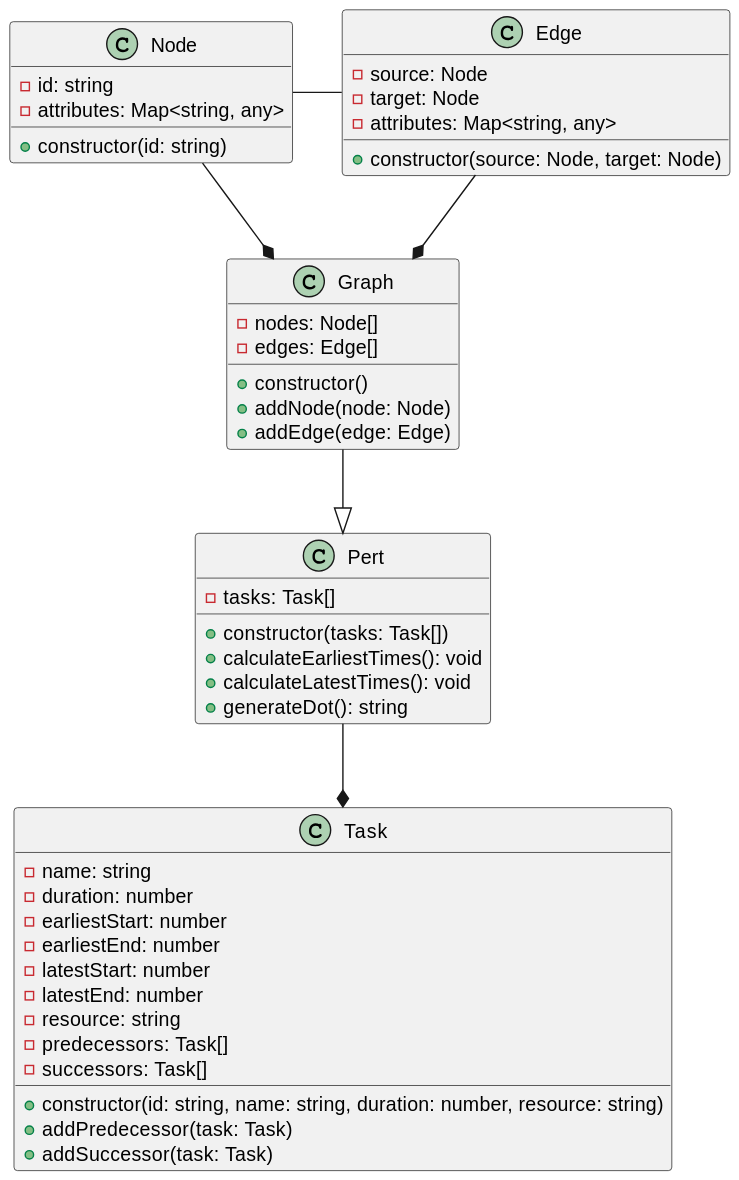
Earlier version of the PlantUML export out/uml/class-diagram/CombinedDiagram.svg (gl-s5-task-force/pert-diagram-mde). Source of this version:
```plantuml
@startuml
class Node {
    - id: string
    - attributes: Map<string, any>
    + constructor(id: string)
}

class Edge {
    - source: Node
    - target: Node
    - attributes: Map<string, any>
    + constructor(source: Node, target: Node)
}

class Graph {
    - nodes: Node[]
    - edges: Edge[]
    + constructor()
    + addNode(node: Node)
    + addEdge(edge: Edge)
}

class Task {
    - name: string
    - duration: number
    - earliestStart: number
    - earliestEnd: number
    - latestStart: number
    - latestEnd: number
    - resource: string
    - predecessors: Task[]
    - successors: Task[]
    + constructor(id: string, name: string, duration: number, resource: string)
    + addPredecessor(task: Task)
    + addSuccessor(task: Task)
}

class Pert {
    - tasks: Task[]
    + constructor(tasks: Task[])
    + calculateEarliestTimes(): void
    + calculateLatestTimes(): void
    + generateDot(): string
}

Node -right- Edge
Node --* Graph
Edge --* Graph
Pert <|-up- Graph
Pert --* Task
@enduml
```
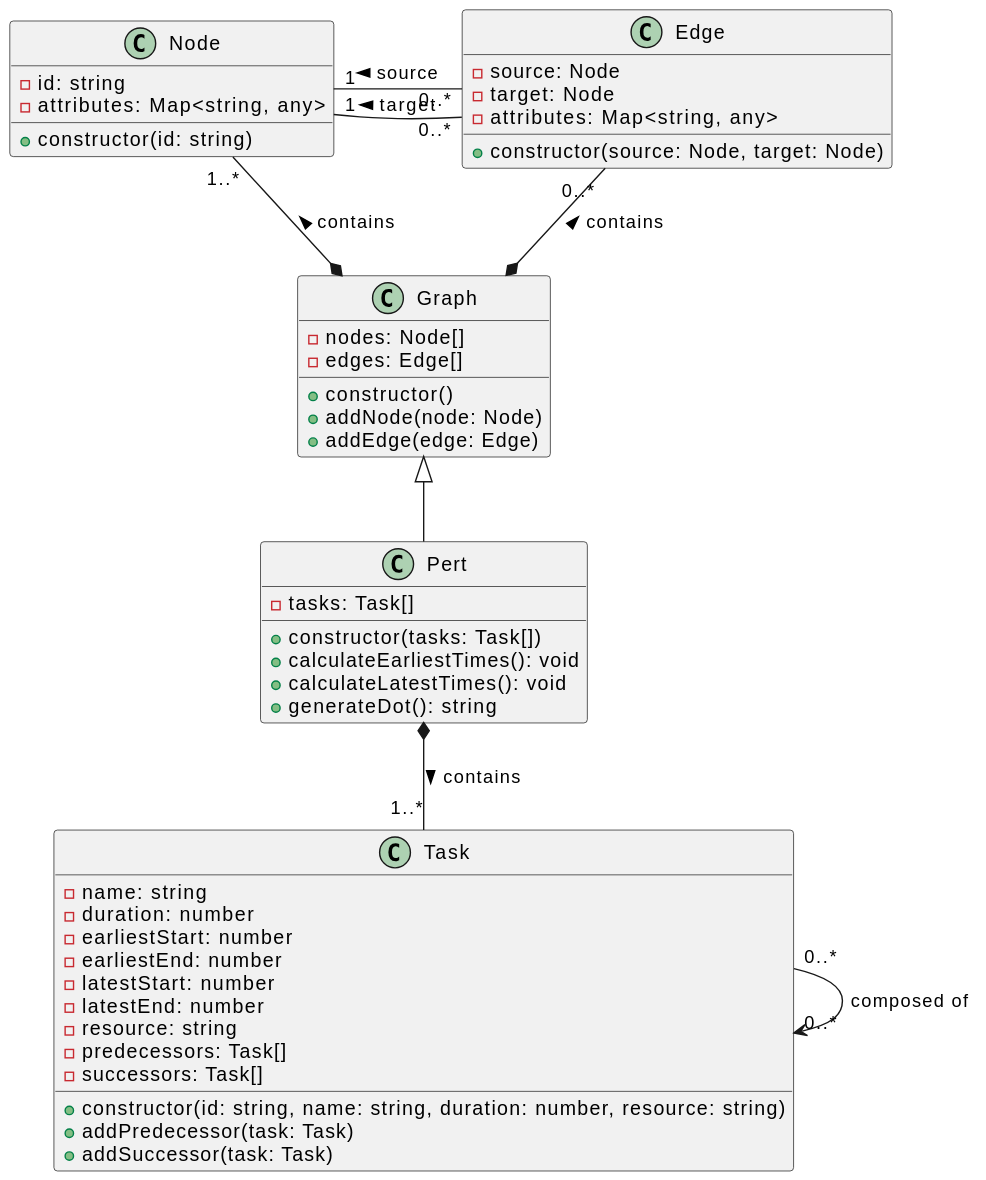
Later version of the same file.

What changed in the source:
```diff
@@ -43,9 +43,11 @@
     + generateDot(): string
 }
 
-Node -right- Edge
-Node --* Graph
-Edge --* Graph
-Pert <|-up- Graph
-Pert --* Task
+Node "1"-right-" 0..*" Edge : source <
+Node "1"-right-" 0..*" Edge : target <
+Node "1..*"--*  Graph : contains <
+Edge "0..*"--*  Graph : contains <
+Pert -up-|> Graph
+Pert *-- "1..*" Task : contains >
+Task "0..*"-->"0..*" Task : composed of
 @enduml
```
